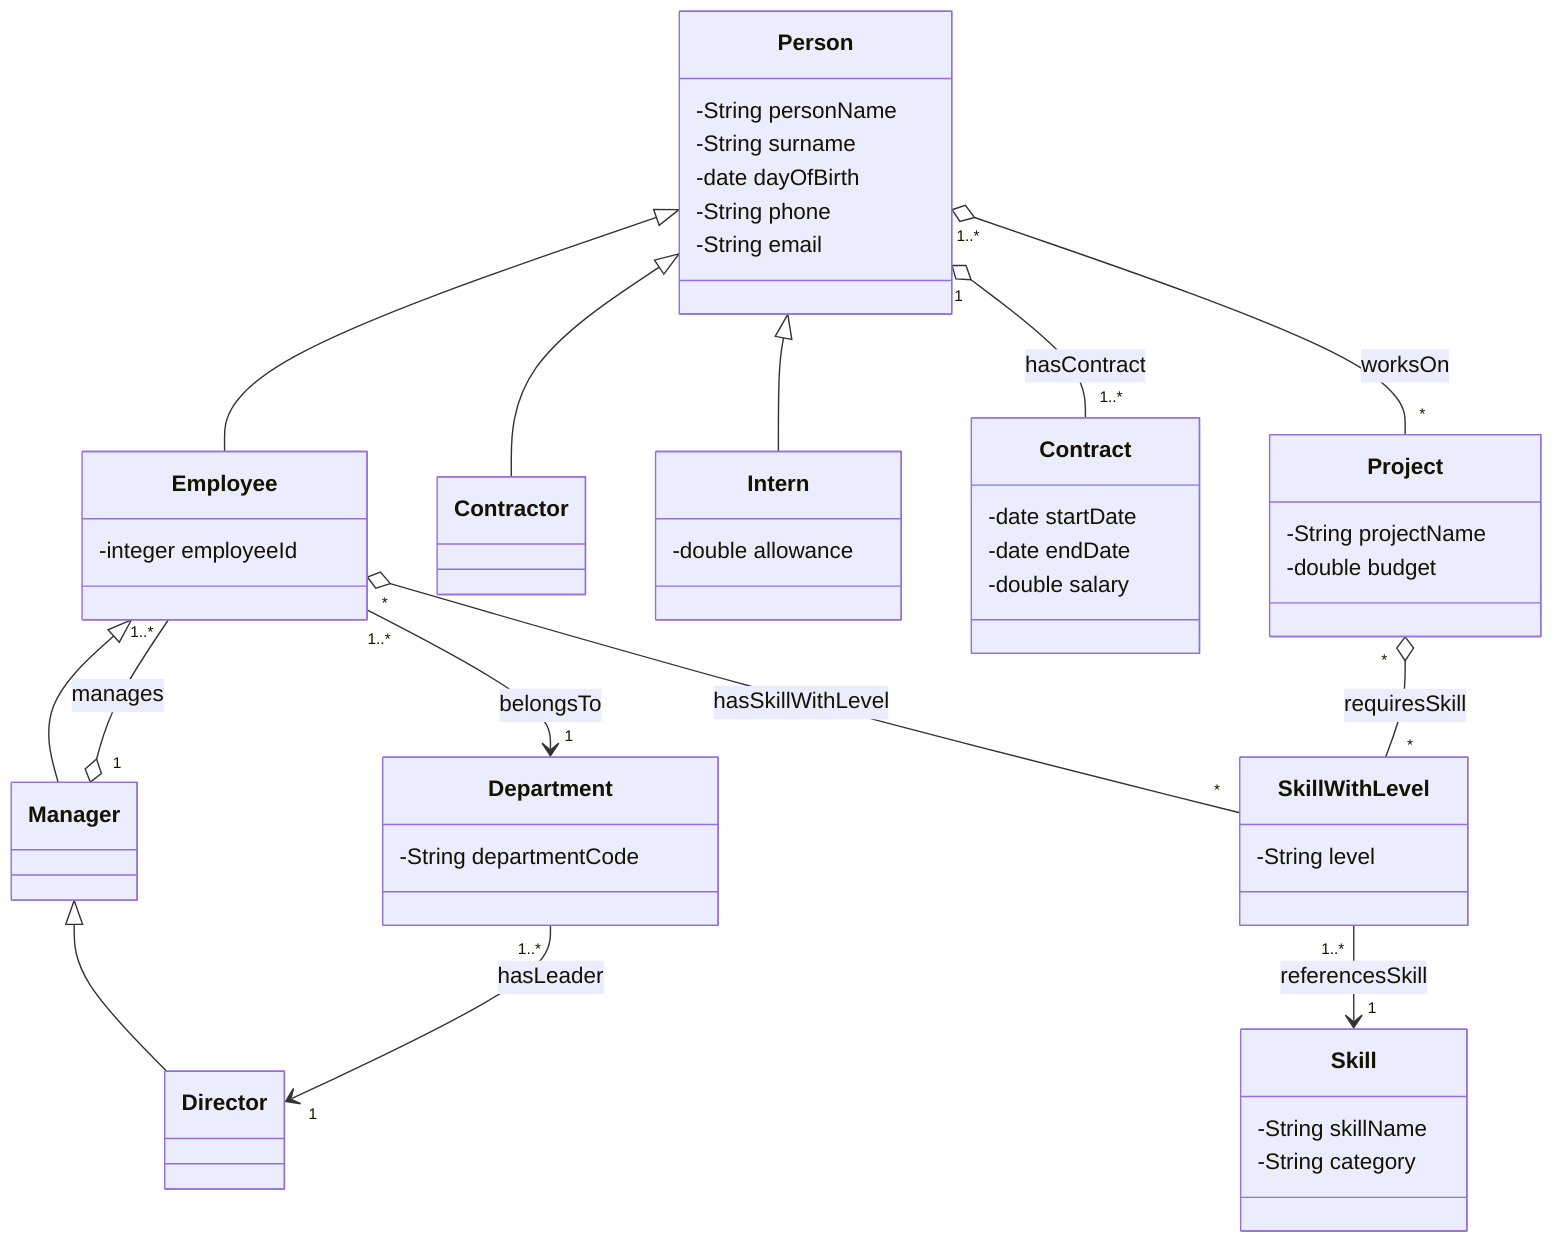
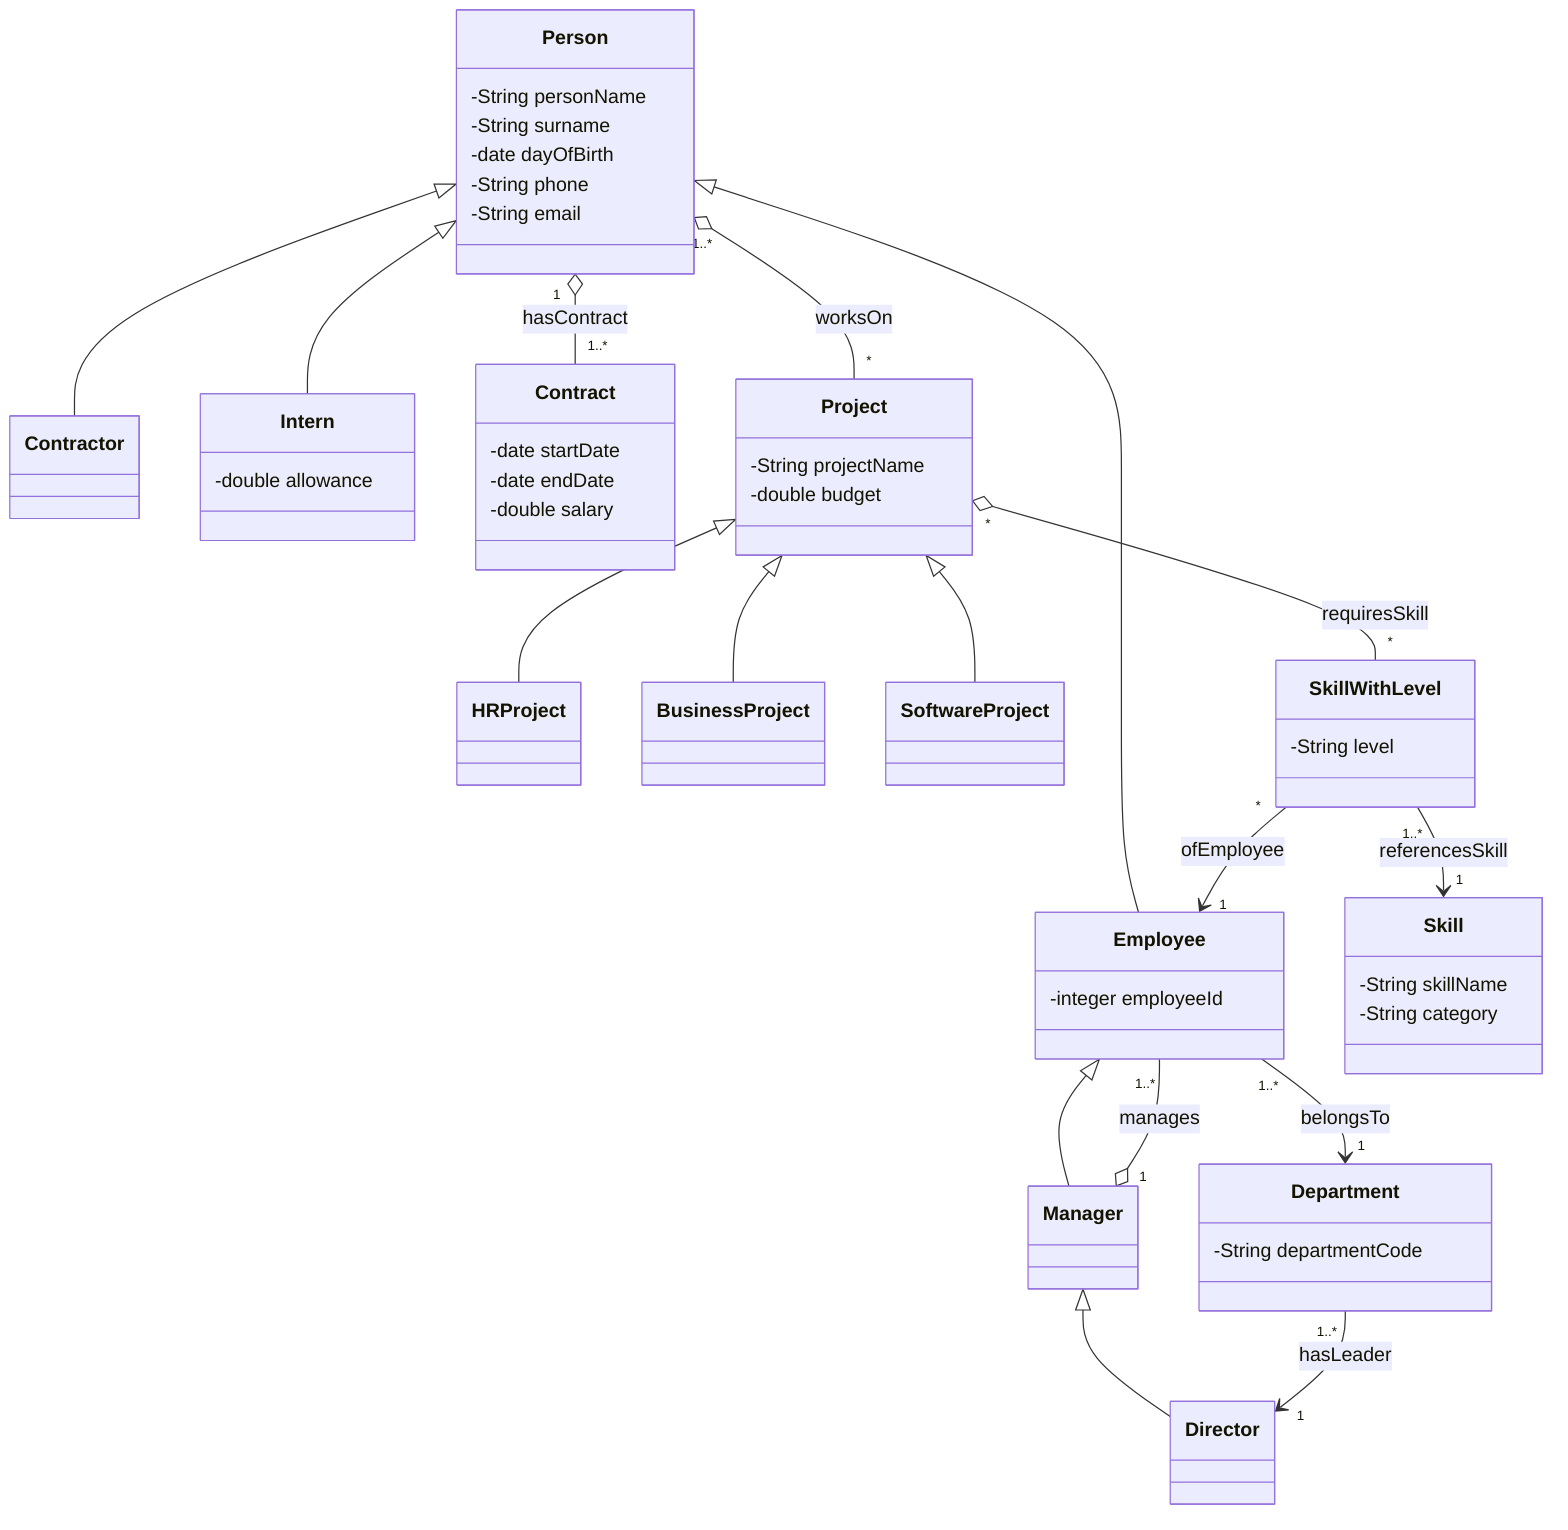
classDiagram
    class Person {
        -String personName
        -String surname
        -date dayOfBirth
        -String phone
        -String email
    }

    class Employee {
        -integer employeeId
    }

    class Contractor

    class Intern {
        -double allowance
    }

    class Manager

    class Director

    class Contract {
        -date startDate
        -date endDate
        -double salary
    }

    class Project {
        -String projectName
        -double budget
    }

+     class HRProject
+     class BusinessProject
+     class SoftwareProject
+ 
    class Department {
        -String departmentCode
    }

    class SkillWithLevel {
        -String level
    }

    class Skill {
        -String skillName
        -String category
    }

    Person <|-- Employee
    Person <|-- Contractor
    Person <|-- Intern
    Employee <|-- Manager
    Manager <|-- Director

+     Project <|-- HRProject
+     Project <|-- BusinessProject
+     Project <|-- SoftwareProject
+ 
    Person "1" o-- "1..*" Contract : hasContract
    Person "1..*" o-- "*" Project : worksOn
-     Employee "*" o-- "*" SkillWithLevel : hasSkillWithLevel
+     SkillWithLevel "*" --> "1" Employee : ofEmployee
    Project "*" o-- "*" SkillWithLevel : requiresSkill
    SkillWithLevel "1..*" --> "1" Skill : referencesSkill
    Manager "1" o-- "1..*" Employee : manages
    Department "1..*" --> "1" Director : hasLeader
    Employee "1..*" --> "1" Department : belongsTo
